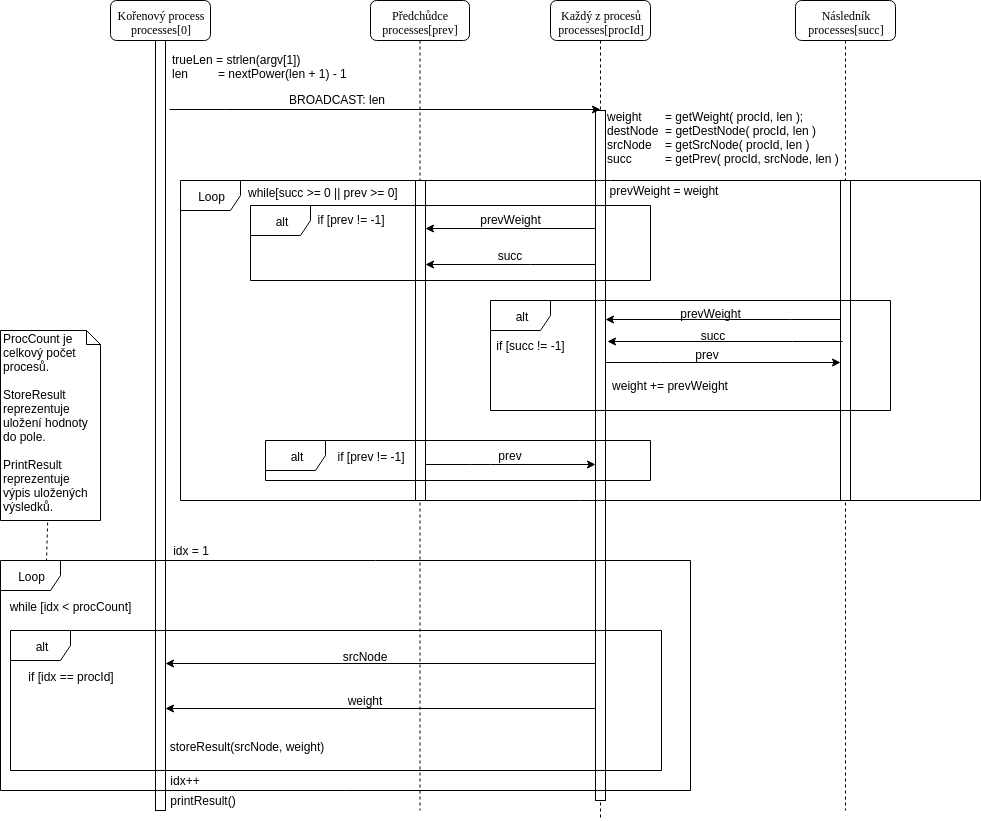
This is proj2/doc/sequenceDiagram.png from tehryn/PRL, a draw.io export, as it was before one commit. Source tidied: cells renumbered, new cells last; positions are measured from the earlier drawing's top-left corner, leaving out a move shared by most shapes. Source of this version:
```xml
<mxGraphModel background="#ffffff">
  <root>
    <mxCell id="0" />
    <mxCell id="1" parent="0" />
    <mxCell id="2" style="edgeStyle=orthogonalEdgeStyle;rounded=0;orthogonalLoop=1;jettySize=auto;html=1;entryX=0.5;entryY=0.548;entryDx=0;entryDy=0;entryPerimeter=0;" parent="1" edge="1">
      <mxGeometry relative="1" as="geometry">
        <mxPoint x="600" y="663" as="sourcePoint" />
        <mxPoint x="165" y="663" as="targetPoint" />
      </mxGeometry>
    </mxCell>
    <mxCell id="3" style="edgeStyle=orthogonalEdgeStyle;rounded=0;orthogonalLoop=1;jettySize=auto;html=1;entryX=0.5;entryY=0.548;entryDx=0;entryDy=0;entryPerimeter=0;" parent="1" edge="1">
      <mxGeometry relative="1" as="geometry">
        <mxPoint x="600" y="708" as="sourcePoint" />
        <mxPoint x="165" y="708" as="targetPoint" />
      </mxGeometry>
    </mxCell>
    <mxCell id="4" value="Následník&lt;br&gt;processes[succ]&lt;br&gt;" style="shape=umlLifeline;perimeter=lifelinePerimeter;whiteSpace=wrap;html=1;rounded=1;shadow=0;comic=0;labelBackgroundColor=none;strokeColor=#000000;strokeWidth=1;fillColor=#FFFFFF;fontFamily=Verdana;fontSize=12;fontColor=#000000;align=center;" parent="1" vertex="1">
      <mxGeometry x="795" width="100" height="810" as="geometry" />
    </mxCell>
    <mxCell id="5" style="html=1;perimeter=orthogonalPerimeter;rounded=0;shadow=0;comic=0;labelBackgroundColor=none;strokeColor=#000000;strokeWidth=1;fillColor=#FFFFFF;fontFamily=Verdana;fontSize=12;fontColor=#000000;align=center;" parent="4" vertex="1">
      <mxGeometry x="45" y="180" width="10" height="320" as="geometry" />
    </mxCell>
    <mxCell id="6" value="Předchůdce&lt;br&gt;processes[prev]&lt;br&gt;" style="shape=umlLifeline;perimeter=lifelinePerimeter;whiteSpace=wrap;html=1;rounded=1;shadow=0;comic=0;labelBackgroundColor=none;strokeColor=#000000;strokeWidth=1;fillColor=#FFFFFF;fontFamily=Verdana;fontSize=12;fontColor=#000000;align=center;" parent="1" vertex="1">
      <mxGeometry x="370" width="99" height="810" as="geometry" />
    </mxCell>
    <mxCell id="7" style="html=1;perimeter=orthogonalPerimeter;rounded=0;shadow=0;comic=0;labelBackgroundColor=none;strokeColor=#000000;strokeWidth=1;fillColor=#FFFFFF;fontFamily=Verdana;fontSize=12;fontColor=#000000;align=center;" parent="6" vertex="1">
      <mxGeometry x="45" y="180" width="10" height="320" as="geometry" />
    </mxCell>
    <mxCell id="8" value="ProcCount je celkový počet procesů.&lt;br&gt;&lt;br&gt;StoreResult reprezentuje uložení hodnoty do pole.&lt;br&gt;&lt;br&gt;PrintResult reprezentuje výpis uložených výsledků.&lt;br&gt;" style="shape=note;whiteSpace=wrap;html=1;size=14;verticalAlign=top;align=left;spacingTop=-6;" parent="1" vertex="1">
      <mxGeometry y="330" width="100" height="190" as="geometry" />
    </mxCell>
    <mxCell id="9" value="while[succ &amp;gt;= 0 || prev &amp;gt;= 0]" style="text;html=1;" parent="1" vertex="1">
      <mxGeometry x="246" y="179" width="161" height="30" as="geometry" />
    </mxCell>
    <mxCell id="10" value="Každý z procesů&lt;br&gt;processes[procId]&lt;br&gt;" style="shape=umlLifeline;perimeter=lifelinePerimeter;whiteSpace=wrap;html=1;rounded=1;shadow=0;comic=0;labelBackgroundColor=none;strokeColor=#000000;strokeWidth=1;fillColor=#FFFFFF;fontFamily=Verdana;fontSize=12;fontColor=#000000;align=center;" parent="1" vertex="1">
      <mxGeometry x="550" width="100" height="820" as="geometry" />
    </mxCell>
    <mxCell id="11" style="html=1;perimeter=orthogonalPerimeter;rounded=0;shadow=0;comic=0;labelBackgroundColor=none;strokeColor=#000000;strokeWidth=1;fillColor=#FFFFFF;fontFamily=Verdana;fontSize=12;fontColor=#000000;align=center;" parent="10" vertex="1">
      <mxGeometry x="45" y="110" width="10" height="690" as="geometry" />
    </mxCell>
    <mxCell id="12" value="weight&amp;nbsp; &amp;nbsp; &amp;nbsp; &amp;nbsp;= getWeight( procId, len );&lt;br&gt;destNode&amp;nbsp; = getDestNode( procId, len )&lt;br&gt;srcNode&amp;nbsp; &amp;nbsp; = getSrcNode( procId, len )&lt;br&gt;succ&amp;nbsp; &amp;nbsp; &amp;nbsp; &amp;nbsp; &amp;nbsp; = getPrev( procId, srcNode, len )&lt;br&gt;&lt;br&gt;&lt;br&gt;" style="text;html=1;align=left;verticalAlign=top;spacingTop=-4;" parent="1" vertex="1">
      <mxGeometry x="605" y="107" width="250" height="80" as="geometry" />
    </mxCell>
    <mxCell id="13" value="Kořenový process&lt;br&gt;processes[0]&lt;br&gt;" style="shape=umlLifeline;perimeter=lifelinePerimeter;whiteSpace=wrap;html=1;rounded=1;shadow=0;comic=0;labelBackgroundColor=none;strokeColor=#000000;strokeWidth=1;fillColor=#FFFFFF;fontFamily=Verdana;fontSize=12;fontColor=#000000;align=center;" parent="1" vertex="1">
      <mxGeometry x="110" width="100" height="810" as="geometry" />
    </mxCell>
    <mxCell id="14" style="html=1;perimeter=orthogonalPerimeter;rounded=0;shadow=0;comic=0;labelBackgroundColor=none;strokeColor=#000000;strokeWidth=1;fillColor=#FFFFFF;fontFamily=Verdana;fontSize=12;fontColor=#000000;align=center;" parent="13" vertex="1">
      <mxGeometry x="45" y="40" width="10" height="770" as="geometry" />
    </mxCell>
    <mxCell id="15" style="edgeStyle=orthogonalEdgeStyle;rounded=0;orthogonalLoop=1;jettySize=auto;html=1;" parent="1" edge="1">
      <mxGeometry relative="1" as="geometry">
        <mxPoint x="169" y="109" as="sourcePoint" />
        <mxPoint x="599.5" y="109" as="targetPoint" />
        <Array as="points">
          <mxPoint x="224.5" y="109" />
          <mxPoint x="224.5" y="109" />
        </Array>
      </mxGeometry>
    </mxCell>
    <mxCell id="16" value="trueLen = strlen(argv[1])&lt;br&gt;len&amp;nbsp; &amp;nbsp; &amp;nbsp; &amp;nbsp; &amp;nbsp;= nextPower(len + 1) - 1&lt;br&gt;" style="text;html=1;align=left;verticalAlign=top;spacingTop=-4;" parent="1" vertex="1">
      <mxGeometry x="170" y="50" width="190" height="30" as="geometry" />
    </mxCell>
    <mxCell id="17" value="BROADCAST: len" style="text;html=1;align=left;verticalAlign=top;spacingTop=-4;" parent="1" vertex="1">
      <mxGeometry x="286.5" y="90" width="110" height="20" as="geometry" />
    </mxCell>
    <mxCell id="18" value="if [prev != -1]&lt;br&gt;" style="text;html=1;strokeColor=none;fillColor=none;align=center;verticalAlign=middle;whiteSpace=wrap;rounded=0;" parent="1" vertex="1">
      <mxGeometry x="311.5" y="209" width="77" height="20" as="geometry" />
    </mxCell>
    <mxCell id="19" value="if [prev != -1]&lt;br&gt;" style="text;html=1;strokeColor=none;fillColor=none;align=center;verticalAlign=middle;whiteSpace=wrap;rounded=0;" parent="1" vertex="1">
      <mxGeometry x="331.5" y="446" width="77" height="20" as="geometry" />
    </mxCell>
    <mxCell id="20" value="if [succ != -1]&lt;br&gt;" style="text;html=1;strokeColor=none;fillColor=none;align=center;verticalAlign=middle;whiteSpace=wrap;rounded=0;" parent="1" vertex="1">
      <mxGeometry x="491.5" y="335" width="77" height="20" as="geometry" />
    </mxCell>
    <mxCell id="21" style="edgeStyle=orthogonalEdgeStyle;rounded=0;orthogonalLoop=1;jettySize=auto;html=1;" parent="1" edge="1">
      <mxGeometry relative="1" as="geometry">
        <mxPoint x="595" y="228" as="sourcePoint" />
        <mxPoint x="425" y="228" as="targetPoint" />
        <Array as="points">
          <mxPoint x="530" y="228" />
          <mxPoint x="530" y="228" />
        </Array>
      </mxGeometry>
    </mxCell>
    <mxCell id="22" value="prevWeight = weight" style="text;html=1;strokeColor=none;fillColor=none;align=center;verticalAlign=middle;whiteSpace=wrap;rounded=0;" parent="1" vertex="1">
      <mxGeometry x="600" y="180" width="125" height="20" as="geometry" />
    </mxCell>
    <mxCell id="23" value="prevWeight" style="text;html=1;strokeColor=none;fillColor=none;align=center;verticalAlign=middle;whiteSpace=wrap;rounded=0;" parent="1" vertex="1">
      <mxGeometry x="490" y="209" width="40" height="20" as="geometry" />
    </mxCell>
    <mxCell id="24" style="edgeStyle=orthogonalEdgeStyle;rounded=0;orthogonalLoop=1;jettySize=auto;html=1;" parent="1" edge="1">
      <mxGeometry relative="1" as="geometry">
        <mxPoint x="594.5" y="264" as="sourcePoint" />
        <mxPoint x="424.5" y="264" as="targetPoint" />
        <Array as="points">
          <mxPoint x="529.5" y="264" />
          <mxPoint x="529.5" y="264" />
        </Array>
      </mxGeometry>
    </mxCell>
    <mxCell id="25" value="succ&lt;br&gt;" style="text;html=1;strokeColor=none;fillColor=none;align=center;verticalAlign=middle;whiteSpace=wrap;rounded=0;" parent="1" vertex="1">
      <mxGeometry x="489.5" y="245" width="40" height="20" as="geometry" />
    </mxCell>
    <mxCell id="26" value="prev" style="text;html=1;strokeColor=none;fillColor=none;align=center;verticalAlign=middle;whiteSpace=wrap;rounded=0;" parent="1" vertex="1">
      <mxGeometry x="687" y="343" width="40" height="21" as="geometry" />
    </mxCell>
    <mxCell id="27" style="edgeStyle=orthogonalEdgeStyle;rounded=0;orthogonalLoop=1;jettySize=auto;html=1;" parent="1" edge="1">
      <mxGeometry relative="1" as="geometry">
        <mxPoint x="605" y="362" as="sourcePoint" />
        <mxPoint x="840" y="362" as="targetPoint" />
        <Array as="points">
          <mxPoint x="660" y="362" />
          <mxPoint x="660" y="362" />
        </Array>
      </mxGeometry>
    </mxCell>
    <mxCell id="28" style="edgeStyle=orthogonalEdgeStyle;rounded=0;orthogonalLoop=1;jettySize=auto;html=1;entryX=1.037;entryY=0.411;entryDx=0;entryDy=0;entryPerimeter=0;" parent="1" edge="1">
      <mxGeometry relative="1" as="geometry">
        <mxPoint x="840" y="319" as="sourcePoint" />
        <mxPoint x="605" y="319" as="targetPoint" />
        <Array as="points">
          <mxPoint x="790" y="319" />
          <mxPoint x="790" y="319" />
        </Array>
      </mxGeometry>
    </mxCell>
    <mxCell id="29" value="prevWeight" style="text;html=1;strokeColor=none;fillColor=none;align=center;verticalAlign=middle;whiteSpace=wrap;rounded=0;" parent="1" vertex="1">
      <mxGeometry x="690" y="303" width="40" height="20" as="geometry" />
    </mxCell>
    <mxCell id="30" style="edgeStyle=orthogonalEdgeStyle;rounded=0;orthogonalLoop=1;jettySize=auto;html=1;entryX=1.037;entryY=0.411;entryDx=0;entryDy=0;entryPerimeter=0;" parent="1" edge="1">
      <mxGeometry relative="1" as="geometry">
        <mxPoint x="842" y="341" as="sourcePoint" />
        <mxPoint x="607" y="341" as="targetPoint" />
        <Array as="points">
          <mxPoint x="792" y="341" />
          <mxPoint x="792" y="341" />
        </Array>
      </mxGeometry>
    </mxCell>
    <mxCell id="31" value="succ&lt;br&gt;" style="text;html=1;strokeColor=none;fillColor=none;align=center;verticalAlign=middle;whiteSpace=wrap;rounded=0;" parent="1" vertex="1">
      <mxGeometry x="692" y="325" width="40" height="20" as="geometry" />
    </mxCell>
    <mxCell id="32" value="weight += prevWeight" style="text;html=1;strokeColor=none;fillColor=none;align=center;verticalAlign=middle;whiteSpace=wrap;rounded=0;" parent="1" vertex="1">
      <mxGeometry x="608" y="375" width="122" height="20" as="geometry" />
    </mxCell>
    <mxCell id="33" style="endArrow=classic;html=1;" parent="1" edge="1">
      <mxGeometry relative="1" as="geometry">
        <mxPoint x="425" y="464" as="sourcePoint" />
        <mxPoint x="595" y="464" as="targetPoint" />
        <Array as="points">
          <mxPoint x="480" y="464" />
        </Array>
      </mxGeometry>
    </mxCell>
    <mxCell id="34" value="prev" style="text;html=1;strokeColor=none;fillColor=none;align=center;verticalAlign=middle;whiteSpace=wrap;rounded=0;" parent="1" vertex="1">
      <mxGeometry x="489.5" y="445" width="40" height="20" as="geometry" />
    </mxCell>
    <mxCell id="35" value="alt" style="shape=umlFrame;whiteSpace=wrap;html=1;" parent="1" vertex="1">
      <mxGeometry x="250" y="205" width="400" height="75" as="geometry" />
    </mxCell>
    <mxCell id="36" value="alt" style="shape=umlFrame;whiteSpace=wrap;html=1;" parent="1" vertex="1">
      <mxGeometry x="490" y="300" width="400" height="110" as="geometry" />
    </mxCell>
    <mxCell id="37" value="idx = 1" style="text;html=1;strokeColor=none;fillColor=none;align=center;verticalAlign=middle;whiteSpace=wrap;rounded=0;" parent="1" vertex="1">
      <mxGeometry x="170" y="540" width="40" height="20" as="geometry" />
    </mxCell>
    <mxCell id="38" value="while [idx &amp;lt; procCount]" style="text;html=1;strokeColor=none;fillColor=none;align=center;verticalAlign=middle;whiteSpace=wrap;rounded=0;" parent="1" vertex="1">
      <mxGeometry y="595.5" width="140" height="20" as="geometry" />
    </mxCell>
    <mxCell id="39" value="alt" style="shape=umlFrame;whiteSpace=wrap;html=1;" parent="1" vertex="1">
      <mxGeometry x="265" y="440" width="385" height="40" as="geometry" />
    </mxCell>
    <mxCell id="40" value="if [idx == procId]" style="text;html=1;strokeColor=none;fillColor=none;align=center;verticalAlign=middle;whiteSpace=wrap;rounded=0;" parent="1" vertex="1">
      <mxGeometry x="15" y="666" width="110" height="20" as="geometry" />
    </mxCell>
    <mxCell id="41" value="storeResult(srcNode, weight)" style="text;html=1;strokeColor=none;fillColor=none;align=center;verticalAlign=middle;whiteSpace=wrap;rounded=0;" parent="1" vertex="1">
      <mxGeometry x="151" y="736" width="190" height="20" as="geometry" />
    </mxCell>
    <mxCell id="42" value="srcNode&lt;br&gt;" style="text;html=1;strokeColor=none;fillColor=none;align=center;verticalAlign=middle;whiteSpace=wrap;rounded=0;" parent="1" vertex="1">
      <mxGeometry x="344" y="646" width="40" height="20" as="geometry" />
    </mxCell>
    <mxCell id="43" value="weight" style="text;html=1;strokeColor=none;fillColor=none;align=center;verticalAlign=middle;whiteSpace=wrap;rounded=0;" parent="1" vertex="1">
      <mxGeometry x="344" y="690" width="40" height="20" as="geometry" />
    </mxCell>
    <mxCell id="44" style="endArrow=none;dashed=1;html=1;" parent="1" edge="1" target="8">
      <mxGeometry relative="1" as="geometry">
        <mxPoint x="46" y="561" as="sourcePoint" />
      </mxGeometry>
    </mxCell>
    <mxCell id="45" value="idx++" style="text;html=1;strokeColor=none;fillColor=none;align=center;verticalAlign=middle;whiteSpace=wrap;rounded=0;" parent="1" vertex="1">
      <mxGeometry x="165" y="770" width="40" height="20" as="geometry" />
    </mxCell>
    <mxCell id="46" value="Loop&lt;br&gt;" style="shape=umlFrame;whiteSpace=wrap;html=1;" parent="1" vertex="1">
      <mxGeometry x="180" y="180" width="800" height="320" as="geometry" />
    </mxCell>
    <mxCell id="47" value="alt" style="shape=umlFrame;whiteSpace=wrap;html=1;" parent="1" vertex="1">
      <mxGeometry x="10" y="630" width="651" height="140" as="geometry" />
    </mxCell>
    <mxCell id="48" value="Loop&lt;br&gt;" style="shape=umlFrame;whiteSpace=wrap;html=1;" parent="1" vertex="1">
      <mxGeometry y="560" width="690" height="230" as="geometry" />
    </mxCell>
    <mxCell id="49" value="printResult()" style="text;html=1;strokeColor=none;fillColor=none;align=center;verticalAlign=middle;whiteSpace=wrap;rounded=0;" parent="1" vertex="1">
      <mxGeometry x="180" y="790" width="45" height="20" as="geometry" />
    </mxCell>
  </root>
</mxGraphModel>
```
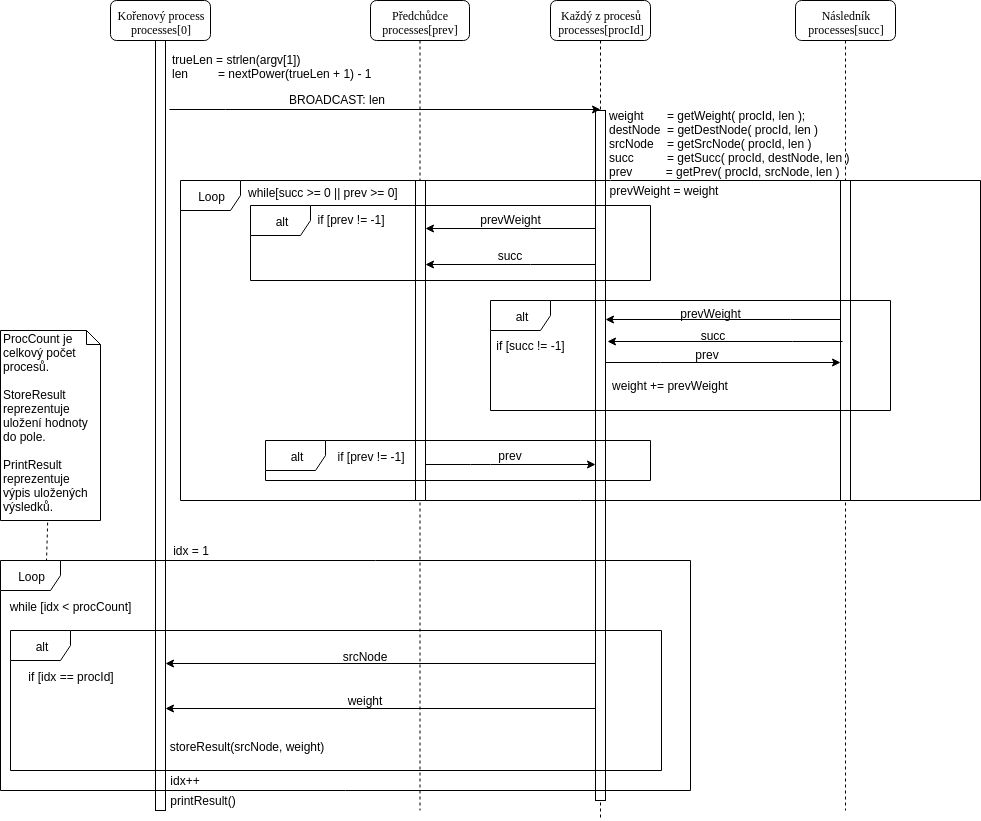
Above is the later version.

Commit message:
Oprava chyb v diagramu

What changed in the source:
```diff
@@ -38,8 +38,8 @@
     <mxCell id="11" style="html=1;perimeter=orthogonalPerimeter;rounded=0;shadow=0;comic=0;labelBackgroundColor=none;strokeColor=#000000;strokeWidth=1;fillColor=#FFFFFF;fontFamily=Verdana;fontSize=12;fontColor=#000000;align=center;" parent="10" vertex="1">
       <mxGeometry x="45" y="110" width="10" height="690" as="geometry" />
     </mxCell>
-    <mxCell id="12" value="weight&amp;nbsp; &amp;nbsp; &amp;nbsp; &amp;nbsp;= getWeight( procId, len );&lt;br&gt;destNode&amp;nbsp; = getDestNode( procId, len )&lt;br&gt;srcNode&amp;nbsp; &amp;nbsp; = getSrcNode( procId, len )&lt;br&gt;succ&amp;nbsp; &amp;nbsp; &amp;nbsp; &amp;nbsp; &amp;nbsp; = getPrev( procId, srcNode, len )&lt;br&gt;&lt;br&gt;&lt;br&gt;" style="text;html=1;align=left;verticalAlign=top;spacingTop=-4;" parent="1" vertex="1">
-      <mxGeometry x="605" y="107" width="250" height="80" as="geometry" />
+    <mxCell id="12" value="weight&amp;nbsp; &amp;nbsp; &amp;nbsp; &amp;nbsp;= getWeight( procId, len );&lt;br&gt;destNode&amp;nbsp; = getDestNode( procId, len )&lt;br&gt;srcNode&amp;nbsp; &amp;nbsp; = getSrcNode( procId, len )&lt;br&gt;succ&amp;nbsp; &amp;nbsp; &amp;nbsp; &amp;nbsp; &amp;nbsp; = getSucc( procId, destNode, len )&lt;br&gt;prev&amp;nbsp; &amp;nbsp; &amp;nbsp; &amp;nbsp; &amp;nbsp; = getPrev( procId, srcNode, len )&lt;br&gt;&lt;br&gt;" style="text;html=1;align=left;verticalAlign=top;spacingTop=-4;" parent="1" vertex="1">
+      <mxGeometry x="607" y="106" width="260" height="80" as="geometry" />
     </mxCell>
     <mxCell id="13" value="Kořenový process&lt;br&gt;processes[0]&lt;br&gt;" style="shape=umlLifeline;perimeter=lifelinePerimeter;whiteSpace=wrap;html=1;rounded=1;shadow=0;comic=0;labelBackgroundColor=none;strokeColor=#000000;strokeWidth=1;fillColor=#FFFFFF;fontFamily=Verdana;fontSize=12;fontColor=#000000;align=center;" parent="1" vertex="1">
       <mxGeometry x="110" width="100" height="810" as="geometry" />
@@ -57,8 +57,8 @@
         </Array>
       </mxGeometry>
     </mxCell>
-    <mxCell id="16" value="trueLen = strlen(argv[1])&lt;br&gt;len&amp;nbsp; &amp;nbsp; &amp;nbsp; &amp;nbsp; &amp;nbsp;= nextPower(len + 1) - 1&lt;br&gt;" style="text;html=1;align=left;verticalAlign=top;spacingTop=-4;" parent="1" vertex="1">
-      <mxGeometry x="170" y="50" width="190" height="30" as="geometry" />
+    <mxCell id="16" value="trueLen = strlen(argv[1])&lt;br&gt;len&amp;nbsp; &amp;nbsp; &amp;nbsp; &amp;nbsp; &amp;nbsp;= nextPower(trueLen&amp;nbsp;+ 1) - 1&lt;br&gt;" style="text;html=1;align=left;verticalAlign=top;spacingTop=-4;" parent="1" vertex="1">
+      <mxGeometry x="170" y="50" width="210" height="30" as="geometry" />
     </mxCell>
     <mxCell id="17" value="BROADCAST: len" style="text;html=1;align=left;verticalAlign=top;spacingTop=-4;" parent="1" vertex="1">
       <mxGeometry x="286.5" y="90" width="110" height="20" as="geometry" />
```
